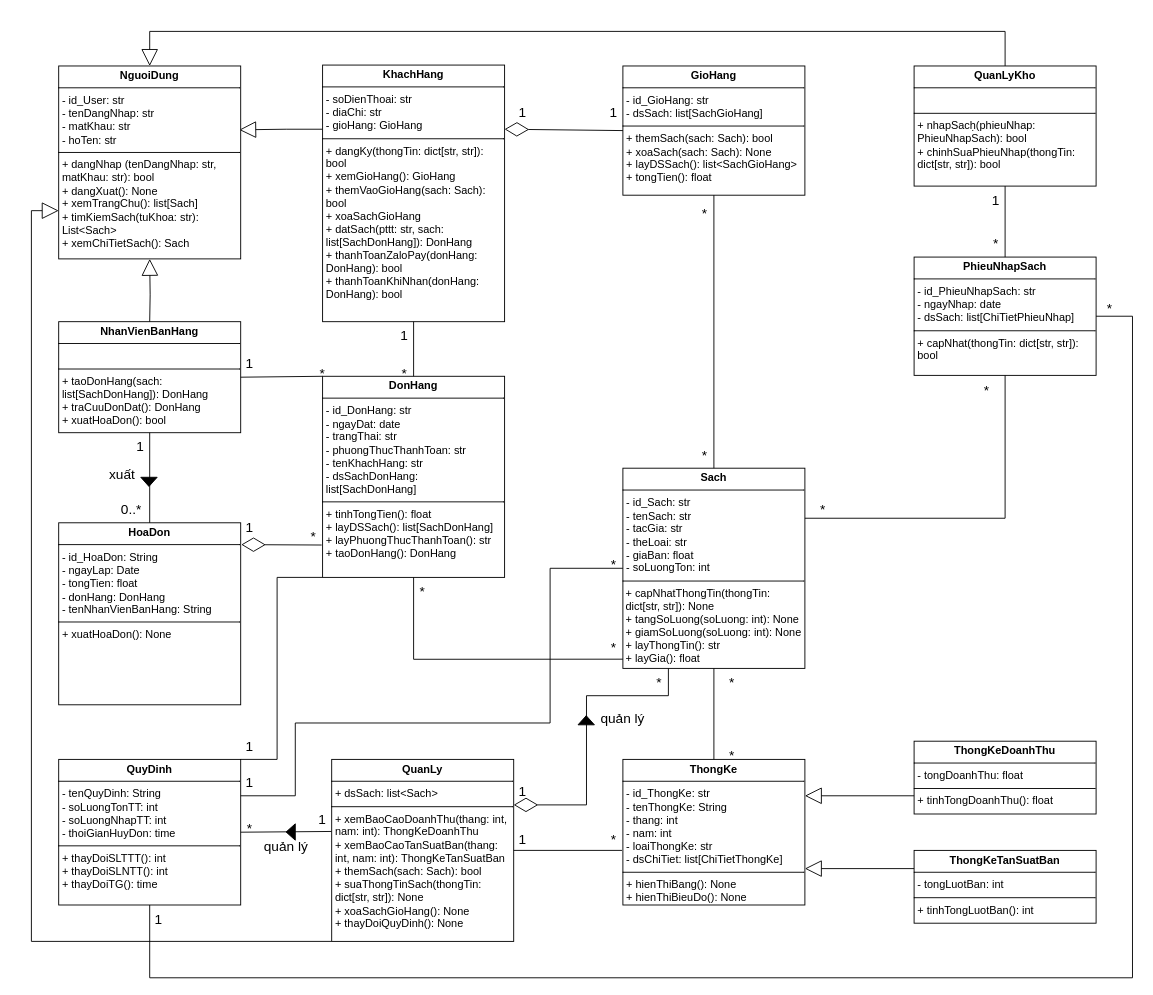
This is soDoLop.drawio from Locheloc62/TimeLine_CNPM, a draw.io file, before an edit. Source tidied: cells renumbered, new cells numbered last; positions are measured from the earlier drawing's top-left corner, leaving out a move shared by most shapes. Both pictures are drawn from the tidied source at 91%, with x=0, y=0 at pixel (31, 31).
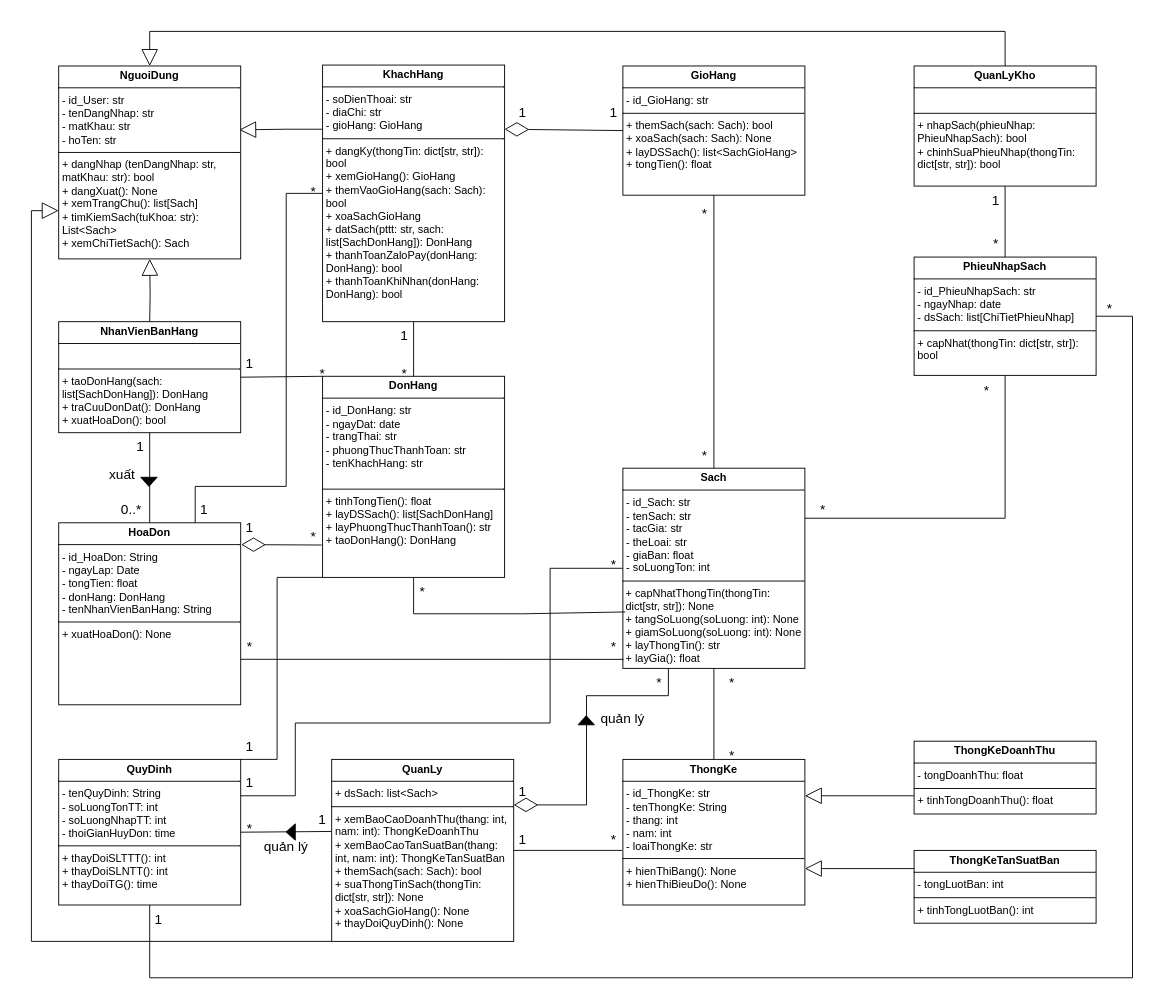
The same page after the edit.

Unchanged cells that the change refers to:
```xml
<mxCell id="5" value="&lt;p style=&quot;margin:0px;margin-top:4px;text-align:center;&quot;&gt;&lt;b&gt;KhachHang&lt;/b&gt;&lt;/p&gt;&lt;hr size=&quot;1&quot; style=&quot;border-style:solid;&quot;&gt;&lt;p style=&quot;margin:0px;margin-left:4px;&quot;&gt;&lt;span style=&quot;background-color: transparent; color: light-dark(rgb(0, 0, 0), rgb(255, 255, 255));&quot;&gt;- soDienThoai:&amp;nbsp;&lt;/span&gt;&lt;span style=&quot;background-color: transparent; color: light-dark(rgb(0, 0, 0), rgb(255, 255, 255));&quot;&gt;str&lt;/span&gt;&lt;/p&gt;&lt;p style=&quot;margin:0px;margin-left:4px;&quot;&gt;- diaChi:&amp;nbsp;&lt;span style=&quot;background-color: transparent; color: light-dark(rgb(0, 0, 0), rgb(255, 255, 255));&quot;&gt;str&lt;/span&gt;&lt;/p&gt;&lt;p style=&quot;margin:0px;margin-left:4px;&quot;&gt;- gioHang: GioHang&lt;/p&gt;&lt;hr size=&quot;1&quot; style=&quot;border-style:solid;&quot;&gt;&lt;p style=&quot;margin:0px;margin-left:4px;&quot;&gt;+ dangKy(thongTin: dict[str, str]): bool&lt;/p&gt;&lt;p style=&quot;margin:0px;margin-left:4px;&quot;&gt;+ xemGioHang(): GioHang&lt;/p&gt;&lt;p style=&quot;margin:0px;margin-left:4px;&quot;&gt;+ themVaoGioHang(sach: Sach): bool&lt;/p&gt;&lt;p style=&quot;margin:0px;margin-left:4px;&quot;&gt;+ xoaSachGioHang&lt;/p&gt;&lt;p style=&quot;margin:0px;margin-left:4px;&quot;&gt;+ datSach(&lt;span style=&quot;background-color: transparent; color: light-dark(rgb(0, 0, 0), rgb(255, 255, 255));&quot;&gt;pttt: str,&amp;nbsp;&lt;/span&gt;&lt;span style=&quot;background-color: transparent; color: light-dark(rgb(0, 0, 0), rgb(255, 255, 255));&quot;&gt;sach: list[SachDonHang]&lt;/span&gt;&lt;span style=&quot;background-color: transparent; color: light-dark(rgb(0, 0, 0), rgb(255, 255, 255));&quot;&gt;): DonHang&lt;/span&gt;&lt;/p&gt;&lt;p style=&quot;margin:0px;margin-left:4px;&quot;&gt;+ thanhToanZaloPay(donHang: DonHang): bool&lt;/p&gt;&lt;p style=&quot;margin:0px;margin-left:4px;&quot;&gt;+ thanhToanKhiNhan(donHang: DonHang): bool&amp;nbsp;&lt;/p&gt;" style="verticalAlign=top;align=left;overflow=fill;html=1;whiteSpace=wrap;" parent="1" vertex="1">
  <mxGeometry x="320" y="37" width="200" height="282" as="geometry" />
</mxCell>
<mxCell id="7" value="&lt;p style=&quot;margin:0px;margin-top:4px;text-align:center;&quot;&gt;&lt;b&gt;Sach&lt;/b&gt;&lt;/p&gt;&lt;hr size=&quot;1&quot; style=&quot;border-style:solid;&quot;&gt;&lt;p style=&quot;margin:0px;margin-left:4px;&quot;&gt;- id_Sach: str&lt;/p&gt;&lt;p style=&quot;margin:0px;margin-left:4px;&quot;&gt;- tenSach: str&lt;/p&gt;&lt;p style=&quot;margin:0px;margin-left:4px;&quot;&gt;- tacGia: str&lt;/p&gt;&lt;p style=&quot;margin:0px;margin-left:4px;&quot;&gt;- theLoai: str&lt;/p&gt;&lt;p style=&quot;margin:0px;margin-left:4px;&quot;&gt;- giaBan: float&lt;/p&gt;&lt;p style=&quot;margin:0px;margin-left:4px;&quot;&gt;- soLuongTon: int&lt;/p&gt;&lt;hr size=&quot;1&quot; style=&quot;border-style:solid;&quot;&gt;&lt;span style=&quot;background-color: transparent; color: light-dark(rgb(0, 0, 0), rgb(255, 255, 255));&quot;&gt;&amp;nbsp;+ capNhatThongTin(thongTin:&amp;nbsp; &amp;nbsp;dict[str, str]): None&lt;/span&gt;&lt;div&gt;&lt;span style=&quot;background-color: transparent; color: light-dark(rgb(0, 0, 0), rgb(255, 255, 255));&quot;&gt;&amp;nbsp;+ tangSoLuong(soLuong: int): None&lt;/span&gt;&lt;/div&gt;&lt;div&gt;&lt;span style=&quot;background-color: transparent; color: light-dark(rgb(0, 0, 0), rgb(255, 255, 255));&quot;&gt;&amp;nbsp;+ giamSoLuong(soLuong: int): None&lt;/span&gt;&lt;/div&gt;&lt;div&gt;&lt;span style=&quot;background-color: transparent; color: light-dark(rgb(0, 0, 0), rgb(255, 255, 255));&quot;&gt;&amp;nbsp;+ layThongTin(): str&lt;/span&gt;&lt;/div&gt;&lt;div&gt;&lt;span style=&quot;background-color: transparent; color: light-dark(rgb(0, 0, 0), rgb(255, 255, 255));&quot;&gt;&amp;nbsp;+ layGia(): float&lt;/span&gt;&lt;ul&gt;&lt;br&gt;&lt;/ul&gt;&lt;/div&gt;" style="verticalAlign=top;align=left;overflow=fill;html=1;whiteSpace=wrap;" parent="1" vertex="1">
  <mxGeometry x="650" y="480" width="200" height="220" as="geometry" />
</mxCell>
<mxCell id="13" value="&lt;p style=&quot;margin:0px;margin-top:4px;text-align:center;&quot;&gt;&lt;b&gt;HoaDon&lt;/b&gt;&lt;/p&gt;&lt;hr size=&quot;1&quot; style=&quot;border-style:solid;&quot;&gt;&lt;p style=&quot;margin:0px;margin-left:4px;&quot;&gt;- id_HoaDon: String&lt;br&gt;&lt;/p&gt;&lt;p style=&quot;margin:0px;margin-left:4px;&quot;&gt;- ngayLap: Date&lt;/p&gt;&lt;p style=&quot;margin:0px;margin-left:4px;&quot;&gt;- tongTien: float&lt;/p&gt;&lt;p style=&quot;margin:0px;margin-left:4px;&quot;&gt;- donHang: DonHang&lt;/p&gt;&lt;p style=&quot;margin:0px;margin-left:4px;&quot;&gt;- tenNhanVienBanHang: String&lt;/p&gt;&lt;hr size=&quot;1&quot; style=&quot;border-style:solid;&quot;&gt;&lt;p style=&quot;margin:0px;margin-left:4px;&quot;&gt;+ xuatHoaDon(): None&lt;/p&gt;" style="verticalAlign=top;align=left;overflow=fill;html=1;whiteSpace=wrap;" parent="1" vertex="1">
  <mxGeometry x="30" y="540" width="200" height="200" as="geometry" />
</mxCell>
```

What changed in the source:
```diff
@@
-    <mxCell id="6" value="&lt;p style=&quot;margin:0px;margin-top:4px;text-align:center;&quot;&gt;&lt;b&gt;GioHang&lt;/b&gt;&lt;/p&gt;&lt;hr size=&quot;1&quot; style=&quot;border-style:solid;&quot;&gt;&lt;p style=&quot;margin:0px;margin-left:4px;&quot;&gt;- id_GioHang:&amp;nbsp;&lt;span style=&quot;background-color: transparent; color: light-dark(rgb(0, 0, 0), rgb(255, 255, 255));&quot;&gt;str&lt;/span&gt;&lt;/p&gt;&lt;p style=&quot;margin:0px;margin-left:4px;&quot;&gt;- dsSach: list[SachGioHang]&lt;/p&gt;&lt;hr size=&quot;1&quot; style=&quot;border-style:solid;&quot;&gt;&lt;p style=&quot;margin:0px;margin-left:4px;&quot;&gt;+ themSach(sach: Sach): bool&lt;/p&gt;&lt;p style=&quot;margin:0px;margin-left:4px;&quot;&gt;+ xoaSach(sach: Sach):&amp;nbsp;&lt;span style=&quot;background-color: transparent; color: light-dark(rgb(0, 0, 0), rgb(255, 255, 255));&quot;&gt;None&amp;nbsp;&lt;/span&gt;&lt;/p&gt;&lt;p style=&quot;margin:0px;margin-left:4px;&quot;&gt;+ layDSSach(): list&amp;lt;SachGioHang&amp;gt;&lt;/p&gt;&lt;p style=&quot;margin:0px;margin-left:4px;&quot;&gt;+ tongTien(): float&lt;/p&gt;" style="verticalAlign=top;align=left;overflow=fill;html=1;whiteSpace=wrap;" parent="1" vertex="1">
+    <mxCell id="6" value="&lt;p style=&quot;margin:0px;margin-top:4px;text-align:center;&quot;&gt;&lt;b&gt;GioHang&lt;/b&gt;&lt;/p&gt;&lt;hr size=&quot;1&quot; style=&quot;border-style:solid;&quot;&gt;&lt;p style=&quot;margin:0px;margin-left:4px;&quot;&gt;- id_GioHang:&amp;nbsp;&lt;span style=&quot;background-color: transparent; color: light-dark(rgb(0, 0, 0), rgb(255, 255, 255));&quot;&gt;str&lt;/span&gt;&lt;/p&gt;&lt;hr size=&quot;1&quot; style=&quot;border-style:solid;&quot;&gt;&lt;p style=&quot;margin:0px;margin-left:4px;&quot;&gt;+ themSach(sach: Sach): bool&lt;/p&gt;&lt;p style=&quot;margin:0px;margin-left:4px;&quot;&gt;+ xoaSach(sach: Sach):&amp;nbsp;&lt;span style=&quot;background-color: transparent; color: light-dark(rgb(0, 0, 0), rgb(255, 255, 255));&quot;&gt;None&amp;nbsp;&lt;/span&gt;&lt;/p&gt;&lt;p style=&quot;margin:0px;margin-left:4px;&quot;&gt;+ layDSSach(): list&amp;lt;SachGioHang&amp;gt;&lt;/p&gt;&lt;p style=&quot;margin:0px;margin-left:4px;&quot;&gt;+ tongTien(): float&lt;/p&gt;" style="verticalAlign=top;align=left;overflow=fill;html=1;whiteSpace=wrap;" parent="1" vertex="1">
       <mxGeometry x="650" y="38" width="200" height="142" as="geometry" />
     </mxCell>
@@
-    <mxCell id="8" value="&lt;p style=&quot;margin:0px;margin-top:4px;text-align:center;&quot;&gt;&lt;b&gt;DonHang&lt;/b&gt;&lt;/p&gt;&lt;hr size=&quot;1&quot; style=&quot;border-style:solid;&quot;&gt;&lt;p style=&quot;margin:0px;margin-left:4px;&quot;&gt;- id_DonHang: str&lt;br&gt;&lt;/p&gt;&lt;p style=&quot;margin:0px;margin-left:4px;&quot;&gt;- ngayDat: date&lt;/p&gt;&lt;p style=&quot;margin:0px;margin-left:4px;&quot;&gt;- trangThai:&amp;nbsp;&lt;span style=&quot;background-color: transparent; color: light-dark(rgb(0, 0, 0), rgb(255, 255, 255));&quot;&gt;str&lt;/span&gt;&lt;/p&gt;&lt;p style=&quot;margin:0px;margin-left:4px;&quot;&gt;- phuongThucThanhToan:&amp;nbsp;&lt;span style=&quot;background-color: transparent; color: light-dark(rgb(0, 0, 0), rgb(255, 255, 255));&quot;&gt;str&lt;/span&gt;&lt;/p&gt;&lt;p style=&quot;margin:0px;margin-left:4px;&quot;&gt;- tenKhachHang:&amp;nbsp;&lt;span style=&quot;background-color: transparent; color: light-dark(rgb(0, 0, 0), rgb(255, 255, 255));&quot;&gt;str&lt;/span&gt;&lt;/p&gt;&lt;p style=&quot;margin:0px;margin-left:4px;&quot;&gt;- dsSachDonHang: list[SachDonHang]&lt;/p&gt;&lt;hr size=&quot;1&quot; style=&quot;border-style:solid;&quot;&gt;&lt;p style=&quot;margin:0px;margin-left:4px;&quot;&gt;+ tinhTongTien(): float&lt;/p&gt;&lt;p style=&quot;margin:0px;margin-left:4px;&quot;&gt;+ layDSSach(): list[SachDonHang]&lt;/p&gt;&lt;p style=&quot;margin:0px;margin-left:4px;&quot;&gt;+ layPhuongThucThanhToan(): str&amp;nbsp;&lt;/p&gt;&lt;p style=&quot;margin:0px;margin-left:4px;&quot;&gt;+ taoDonHang(): DonHang&lt;/p&gt;" style="verticalAlign=top;align=left;overflow=fill;html=1;whiteSpace=wrap;" parent="1" vertex="1">
+    <mxCell id="8" value="&lt;p style=&quot;margin:0px;margin-top:4px;text-align:center;&quot;&gt;&lt;b&gt;DonHang&lt;/b&gt;&lt;/p&gt;&lt;hr size=&quot;1&quot; style=&quot;border-style:solid;&quot;&gt;&lt;p style=&quot;margin:0px;margin-left:4px;&quot;&gt;- id_DonHang: str&lt;br&gt;&lt;/p&gt;&lt;p style=&quot;margin:0px;margin-left:4px;&quot;&gt;- ngayDat: date&lt;/p&gt;&lt;p style=&quot;margin:0px;margin-left:4px;&quot;&gt;- trangThai:&amp;nbsp;&lt;span style=&quot;background-color: transparent; color: light-dark(rgb(0, 0, 0), rgb(255, 255, 255));&quot;&gt;str&lt;/span&gt;&lt;/p&gt;&lt;p style=&quot;margin:0px;margin-left:4px;&quot;&gt;- phuongThucThanhToan:&amp;nbsp;&lt;span style=&quot;background-color: transparent; color: light-dark(rgb(0, 0, 0), rgb(255, 255, 255));&quot;&gt;str&lt;/span&gt;&lt;/p&gt;&lt;p style=&quot;margin:0px;margin-left:4px;&quot;&gt;- tenKhachHang:&amp;nbsp;&lt;span style=&quot;background-color: transparent; color: light-dark(rgb(0, 0, 0), rgb(255, 255, 255));&quot;&gt;str&lt;/span&gt;&lt;/p&gt;&lt;p style=&quot;margin:0px;margin-left:4px;&quot;&gt;&lt;br&gt;&lt;/p&gt;&lt;hr size=&quot;1&quot; style=&quot;border-style:solid;&quot;&gt;&lt;p style=&quot;margin:0px;margin-left:4px;&quot;&gt;+ tinhTongTien(): float&lt;/p&gt;&lt;p style=&quot;margin:0px;margin-left:4px;&quot;&gt;+ layDSSach(): list[SachDonHang]&lt;/p&gt;&lt;p style=&quot;margin:0px;margin-left:4px;&quot;&gt;+ layPhuongThucThanhToan(): str&amp;nbsp;&lt;/p&gt;&lt;p style=&quot;margin:0px;margin-left:4px;&quot;&gt;+ taoDonHang(): DonHang&lt;/p&gt;" style="verticalAlign=top;align=left;overflow=fill;html=1;whiteSpace=wrap;" parent="1" vertex="1">
       <mxGeometry x="320" y="379" width="200" height="221" as="geometry" />
     </mxCell>
@@
-    <mxCell id="15" value="&lt;p style=&quot;margin:0px;margin-top:4px;text-align:center;&quot;&gt;&lt;b&gt;ThongKe&lt;/b&gt;&lt;/p&gt;&lt;hr size=&quot;1&quot; style=&quot;border-style:solid;&quot;&gt;&lt;p style=&quot;margin:0px;margin-left:4px;&quot;&gt;- id_ThongKe: str&lt;/p&gt;&lt;p style=&quot;margin:0px;margin-left:4px;&quot;&gt;- tenThongKe: String&lt;/p&gt;&lt;p style=&quot;margin:0px;margin-left:4px;&quot;&gt;- thang: int&lt;/p&gt;&lt;p style=&quot;margin:0px;margin-left:4px;&quot;&gt;- nam: int&lt;/p&gt;&lt;p style=&quot;margin:0px;margin-left:4px;&quot;&gt;- loaiThongKe: str&lt;/p&gt;&lt;p style=&quot;margin:0px;margin-left:4px;&quot;&gt;- dsChiTiet: list[ChiTietThongKe]&lt;/p&gt;&lt;hr size=&quot;1&quot; style=&quot;border-style:solid;&quot;&gt;&lt;p style=&quot;margin:0px;margin-left:4px;&quot;&gt;+ hienThiBang(): None&lt;/p&gt;&lt;p style=&quot;margin:0px;margin-left:4px;&quot;&gt;+ hienThiBieuDo(): None&lt;/p&gt;" style="verticalAlign=top;align=left;overflow=fill;html=1;whiteSpace=wrap;" parent="1" vertex="1">
+    <mxCell id="15" value="&lt;p style=&quot;margin:0px;margin-top:4px;text-align:center;&quot;&gt;&lt;b&gt;ThongKe&lt;/b&gt;&lt;/p&gt;&lt;hr size=&quot;1&quot; style=&quot;border-style:solid;&quot;&gt;&lt;p style=&quot;margin:0px;margin-left:4px;&quot;&gt;- id_ThongKe: str&lt;/p&gt;&lt;p style=&quot;margin:0px;margin-left:4px;&quot;&gt;- tenThongKe: String&lt;/p&gt;&lt;p style=&quot;margin:0px;margin-left:4px;&quot;&gt;- thang: int&lt;/p&gt;&lt;p style=&quot;margin:0px;margin-left:4px;&quot;&gt;- nam: int&lt;/p&gt;&lt;p style=&quot;margin:0px;margin-left:4px;&quot;&gt;- loaiThongKe: str&lt;/p&gt;&lt;hr size=&quot;1&quot; style=&quot;border-style:solid;&quot;&gt;&lt;p style=&quot;margin:0px;margin-left:4px;&quot;&gt;+ hienThiBang(): None&lt;/p&gt;&lt;p style=&quot;margin:0px;margin-left:4px;&quot;&gt;+ hienThiBieuDo(): None&lt;/p&gt;" style="verticalAlign=top;align=left;overflow=fill;html=1;whiteSpace=wrap;" parent="1" vertex="1">
       <mxGeometry x="650" y="800" width="200" height="160" as="geometry" />
     </mxCell>
@@
-    <mxCell id="38" style="endArrow=none;html=1;rounded=0;entryX=0;entryY=0.954;entryDx=0;entryDy=0;entryPerimeter=0;exitX=0.5;exitY=1;exitDx=0;exitDy=0;" parent="1" edge="1" source="8" target="7">
+    <mxCell id="38" style="endArrow=none;html=1;rounded=0;entryX=0.013;entryY=0.718;entryDx=0;entryDy=0;entryPerimeter=0;exitX=0.5;exitY=1;exitDx=0;exitDy=0;" parent="1" edge="1" source="8" target="7">
       <mxGeometry relative="1" as="geometry">
         <Array as="points">
-          <mxPoint x="420" y="690" />
+          <mxPoint x="420" y="640" />
+          <mxPoint x="540" y="640" />
         </Array>
       </mxGeometry>
     </mxCell>
@@
     <mxCell id="44" value="&lt;font style=&quot;font-size: 15px;&quot;&gt;*&lt;/font&gt;" style="text;html=1;align=center;verticalAlign=middle;whiteSpace=wrap;rounded=0;" parent="1" vertex="1">
-      <mxGeometry x="610" y="661" width="60" height="30" as="geometry" />
+      <mxGeometry x="210" y="660" width="60" height="30" as="geometry" />
     </mxCell>
@@
+    <mxCell id="75" style="endArrow=none;html=1;rounded=0;exitX=1;exitY=0.75;exitDx=0;exitDy=0;entryX=0.003;entryY=0.955;entryDx=0;entryDy=0;entryPerimeter=0;" parent="1" edge="1" source="13" target="7">
+      <mxGeometry relative="1" as="geometry" />
+    </mxCell>
+    <mxCell id="76" value="&lt;font style=&quot;font-size: 15px;&quot;&gt;*&lt;/font&gt;" style="text;html=1;align=center;verticalAlign=middle;whiteSpace=wrap;rounded=0;" parent="1" vertex="1">
+      <mxGeometry x="610" y="660" width="60" height="30" as="geometry" />
+    </mxCell>
+    <mxCell id="77" style="endArrow=none;html=1;rounded=0;exitX=0.75;exitY=0;exitDx=0;exitDy=0;entryX=0;entryY=0.5;entryDx=0;entryDy=0;" parent="1" edge="1" source="13" target="5">
+      <mxGeometry relative="1" as="geometry">
+        <Array as="points">
+          <mxPoint x="180" y="500" />
+          <mxPoint x="280" y="500" />
+          <mxPoint x="280" y="178" />
+        </Array>
+      </mxGeometry>
+    </mxCell>
+    <mxCell id="78" value="&lt;font style=&quot;font-size: 15px;&quot;&gt;1&lt;/font&gt;" style="text;html=1;align=center;verticalAlign=middle;whiteSpace=wrap;rounded=0;" parent="1" vertex="1">
+      <mxGeometry x="160" y="510" width="60" height="30" as="geometry" />
+    </mxCell>
+    <mxCell id="79" value="&lt;font style=&quot;font-size: 15px;&quot;&gt;*&lt;/font&gt;" style="text;html=1;align=center;verticalAlign=middle;whiteSpace=wrap;rounded=0;" parent="1" vertex="1">
+      <mxGeometry x="280" y="160" width="60" height="30" as="geometry" />
+    </mxCell>
```
